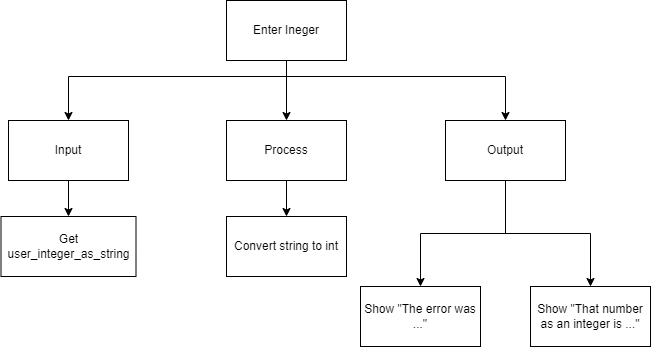
Mr-Coxall/Computer-Based-Problem-Solving keeps this draw.io diagram as docs/structured-problem-solving/images/top-down-try-catch.png. Above is the earlier version. Source tidied: cells renumbered, new cells last; positions are measured from the earlier drawing's top-left corner, leaving out a move shared by most shapes.
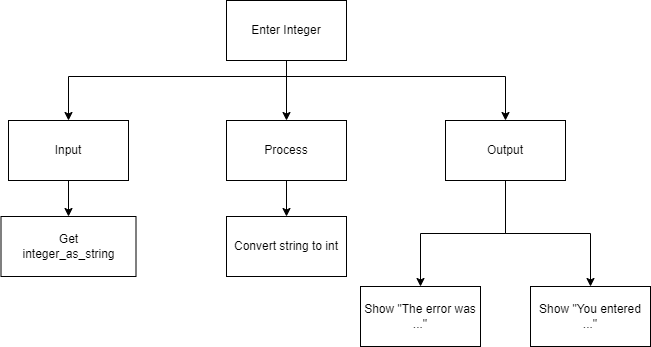
Above is the later version.

What changed in the source:
```diff
@@ -21,7 +21,7 @@
         </Array>
       </mxGeometry>
     </mxCell>
-    <mxCell id="5" value="Enter Ineger" style="rounded=0;whiteSpace=wrap;html=1;" parent="1" vertex="1">
+    <mxCell id="5" value="Enter Integer" style="rounded=0;whiteSpace=wrap;html=1;" parent="1" vertex="1">
       <mxGeometry x="225" width="120" height="60" as="geometry" />
     </mxCell>
     <mxCell id="6" style="edgeStyle=orthogonalEdgeStyle;html=1;rounded=0;" parent="1" edge="1" source="7" target="14">
@@ -45,13 +45,13 @@
     <mxCell id="12" value="Output" style="rounded=0;whiteSpace=wrap;html=1;" parent="1" vertex="1">
       <mxGeometry x="444" y="120" width="120" height="60" as="geometry" />
     </mxCell>
-    <mxCell id="13" value="Get&lt;br&gt;user_integer_as_string" style="rounded=0;whiteSpace=wrap;html=1;" parent="1" vertex="1">
+    <mxCell id="13" value="Get&lt;br&gt;integer_as_string" style="rounded=0;whiteSpace=wrap;html=1;" parent="1" vertex="1">
       <mxGeometry x="-0.5" y="216" width="135" height="60" as="geometry" />
     </mxCell>
     <mxCell id="14" value="Convert string to int" style="rounded=0;whiteSpace=wrap;html=1;" parent="1" vertex="1">
       <mxGeometry x="225" y="216" width="120" height="60" as="geometry" />
     </mxCell>
-    <mxCell id="15" value="Show &quot;That number as an integer is ...&quot;" style="rounded=0;whiteSpace=wrap;html=1;" parent="1" vertex="1">
+    <mxCell id="15" value="Show &quot;You entered ...&quot;" style="rounded=0;whiteSpace=wrap;html=1;" parent="1" vertex="1">
       <mxGeometry x="529" y="286" width="120" height="60" as="geometry" />
     </mxCell>
     <mxCell id="16" value="Show &quot;The error was ...&quot;" style="rounded=0;whiteSpace=wrap;html=1;" parent="1" vertex="1">
```
